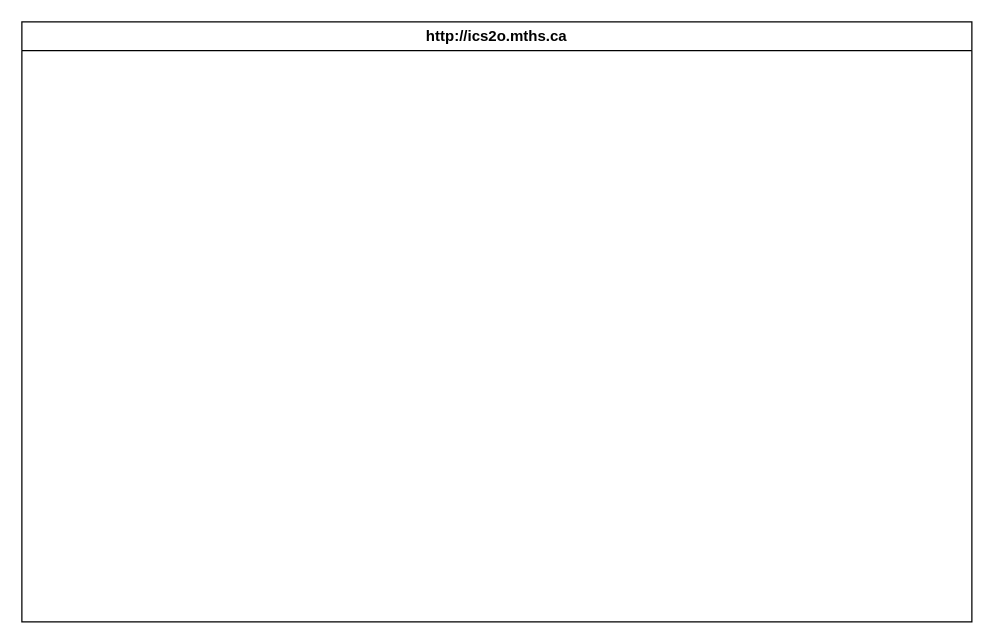
This is design/storyboard.drawio from MTHS-ICS2O-2-2022/ICS2O-Unit-5-03-Colton-Grant, a draw.io file, before an edit. Source tidied: cells renumbered, new cells numbered last; positions are measured from the earlier drawing's top-left corner, leaving out a move shared by most shapes. Both pictures are drawn from the tidied source at 125%, with x=0, y=0 at pixel (21, 21).
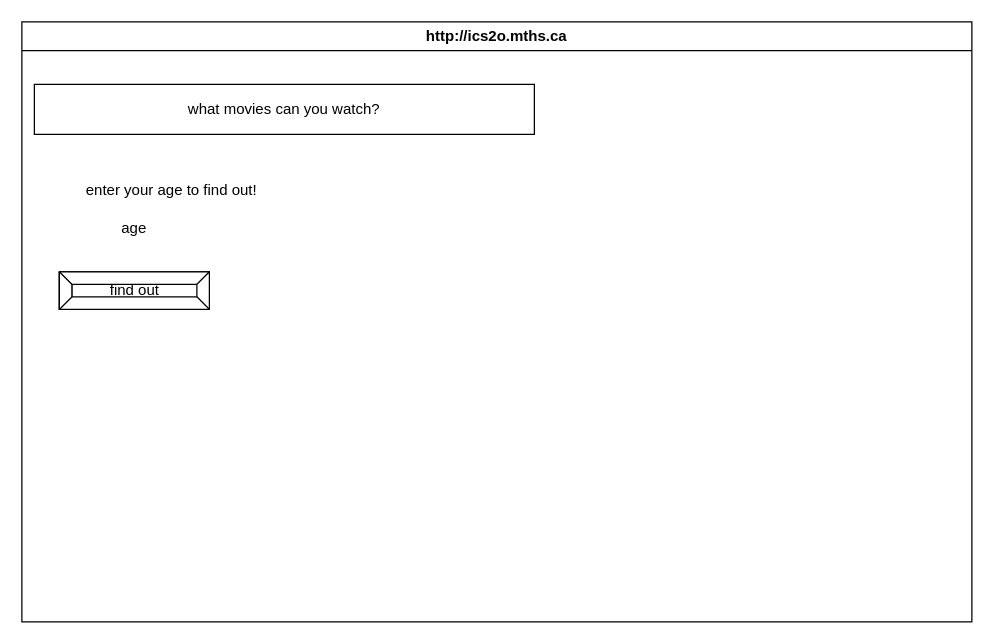
After the change.

Diff of the diagram source:
```diff
@@
 <mxGraphModel>
   <root>
     <mxCell id="0" />
     <mxCell id="1" parent="0" />
     <mxCell id="2" value="http://ics2o.mths.ca" style="swimlane;whiteSpace=wrap;html=1;" parent="1" vertex="1">
       <mxGeometry width="760" height="480" as="geometry" />
     </mxCell>
+    <mxCell id="3" value="what movies can you watch?" style="rounded=0;whiteSpace=wrap;html=1;" parent="2" vertex="1">
+      <mxGeometry x="10" y="50" width="400" height="40" as="geometry" />
+    </mxCell>
+    <mxCell id="4" value="find out" style="labelPosition=center;verticalLabelPosition=middle;align=center;html=1;shape=mxgraph.basic.button;dx=10;" parent="2" vertex="1">
+      <mxGeometry x="30" y="200" width="120" height="30" as="geometry" />
+    </mxCell>
+    <mxCell id="5" value="enter your age to find out!" style="text;html=1;strokeColor=none;fillColor=none;align=center;verticalAlign=middle;whiteSpace=wrap;rounded=0;" parent="2" vertex="1">
+      <mxGeometry x="30" y="120" width="180" height="30" as="geometry" />
+    </mxCell>
+    <mxCell id="6" value="age" style="text;html=1;strokeColor=none;fillColor=none;align=center;verticalAlign=middle;whiteSpace=wrap;rounded=0;" parent="2" vertex="1">
+      <mxGeometry x="60" y="150" width="60" height="30" as="geometry" />
+    </mxCell>
   </root>
 </mxGraphModel>
```
